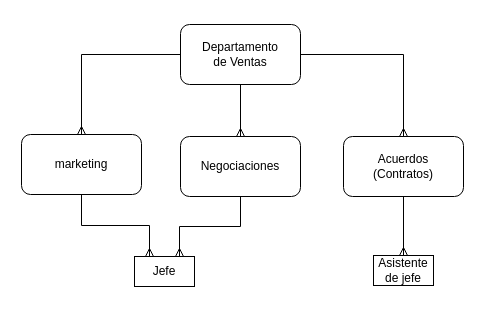
Earlier version of the draw.io diagram ventas.drawio (DavidSteyr/diagramaProcesosTGS). Source tidied: cells renumbered, new cells numbered last; positions are measured from the earlier drawing's top-left corner, leaving out a move shared by most shapes. Both pictures are drawn from the tidied source at 100%, with x=0, y=0 at pixel (21, 24).
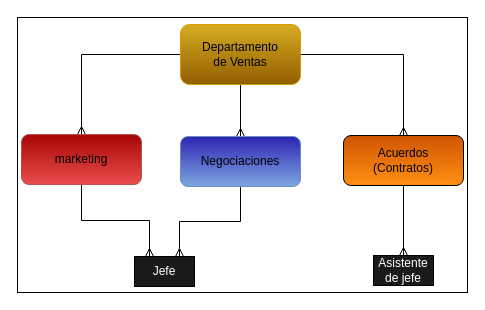
The same diagram, later.

Diff of the diagram source:
```diff
@@
 <mxGraphModel>
   <root>
     <mxCell id="0" />
     <mxCell id="1" parent="0" />
+    <mxCell id="14" style="whiteSpace=wrap;html=1;fillColor=none;" parent="1" vertex="1">
+      <mxGeometry x="-4" y="-7" width="450" height="275" as="geometry" />
+    </mxCell>
     <mxCell id="2" style="edgeStyle=orthogonalEdgeStyle;rounded=0;jettySize=auto;html=1;endArrow=ERmany;endFill=0;" parent="1" edge="1" source="5" target="7">
       <mxGeometry relative="1" as="geometry" />
     </mxCell>
     <mxCell id="3" style="edgeStyle=orthogonalEdgeStyle;rounded=0;jettySize=auto;html=1;endArrow=ERmany;endFill=0;" parent="1" edge="1" source="5" target="11">
       <mxGeometry relative="1" as="geometry" />
     </mxCell>
     <mxCell id="4" style="edgeStyle=orthogonalEdgeStyle;rounded=0;jettySize=auto;html=1;entryX=0.5;entryY=0;entryDx=0;entryDy=0;endArrow=ERmany;endFill=0;" parent="1" edge="1" source="5" target="9">
       <mxGeometry relative="1" as="geometry" />
     </mxCell>
-    <mxCell id="5" value="&lt;div&gt;Departamento &lt;br&gt;&lt;/div&gt;&lt;div&gt;de Ventas&lt;/div&gt;" style="rounded=1;whiteSpace=wrap;html=1;" parent="1" vertex="1">
+    <mxCell id="5" value="&lt;div&gt;Departamento &lt;br&gt;&lt;/div&gt;&lt;div&gt;de Ventas&lt;/div&gt;" style="rounded=1;whiteSpace=wrap;html=1;fillColor=#D6AC22;strokeColor=#d79b00;gradientColor=#915E00;" parent="1" vertex="1">
       <mxGeometry x="159" width="120" height="60" as="geometry" />
     </mxCell>
     <mxCell id="6" style="edgeStyle=orthogonalEdgeStyle;rounded=0;jettySize=auto;html=1;entryX=0.25;entryY=0;entryDx=0;entryDy=0;endArrow=ERmany;endFill=0;" parent="1" edge="1" source="7" target="12">
       <mxGeometry relative="1" as="geometry" />
     </mxCell>
-    <mxCell id="7" value="marketing" style="rounded=1;whiteSpace=wrap;html=1;" parent="1" vertex="1">
-      <mxGeometry y="110" width="120" height="60" as="geometry" />
+    <mxCell id="7" value="marketing" style="rounded=1;whiteSpace=wrap;html=1;fillColor=#A60505;gradientColor=#EA4D4D;strokeColor=#b85450;" parent="1" vertex="1">
+      <mxGeometry y="110" width="120" height="50" as="geometry" />
     </mxCell>
     <mxCell id="8" style="edgeStyle=orthogonalEdgeStyle;rounded=0;jettySize=auto;html=1;entryX=0.75;entryY=0;entryDx=0;entryDy=0;endArrow=ERmany;endFill=0;" parent="1" edge="1" source="9" target="12">
       <mxGeometry relative="1" as="geometry" />
     </mxCell>
-    <mxCell id="9" value="Negociaciones" style="rounded=1;whiteSpace=wrap;html=1;" parent="1" vertex="1">
-      <mxGeometry x="159" y="112" width="120" height="60" as="geometry" />
+    <mxCell id="9" value="Negociaciones" style="rounded=1;whiteSpace=wrap;html=1;fillColor=#2D24B3;gradientColor=#7ea6e0;strokeColor=#6c8ebf;" parent="1" vertex="1">
+      <mxGeometry x="159" y="112" width="120" height="50" as="geometry" />
     </mxCell>
     <mxCell id="10" style="edgeStyle=orthogonalEdgeStyle;rounded=0;jettySize=auto;html=1;entryX=0.5;entryY=0;entryDx=0;entryDy=0;endArrow=ERmany;endFill=0;" parent="1" edge="1" source="11" target="13">
       <mxGeometry relative="1" as="geometry" />
     </mxCell>
-    <mxCell id="11" value="&lt;div&gt;Acuerdos&lt;/div&gt;&lt;div&gt;(Contratos)&lt;/div&gt;" style="rounded=1;whiteSpace=wrap;html=1;" parent="1" vertex="1">
-      <mxGeometry x="322" y="112" width="120" height="60" as="geometry" />
+    <mxCell id="11" value="&lt;div&gt;Acuerdos&lt;/div&gt;&lt;div&gt;(Contratos)&lt;/div&gt;" style="rounded=1;whiteSpace=wrap;html=1;fillColor=#CF5402;gradientColor=#FF9012;" parent="1" vertex="1">
+      <mxGeometry x="322" y="111" width="120" height="50" as="geometry" />
     </mxCell>
-    <mxCell id="12" value="Jefe" style="rounded=0;whiteSpace=wrap;html=1;" parent="1" vertex="1">
+    <mxCell id="12" value="Jefe" style="rounded=0;whiteSpace=wrap;html=1;fillColor=#1A1A1A;fontColor=#FFFFFF;" parent="1" vertex="1">
       <mxGeometry x="113" y="232" width="60" height="30" as="geometry" />
     </mxCell>
-    <mxCell id="13" value="&lt;div&gt;Asistente&lt;/div&gt;&lt;div&gt;de jefe&lt;/div&gt;" style="rounded=0;whiteSpace=wrap;html=1;" parent="1" vertex="1">
+    <mxCell id="13" value="&lt;div&gt;Asistente&lt;/div&gt;&lt;div&gt;de jefe&lt;/div&gt;" style="rounded=0;whiteSpace=wrap;html=1;fontColor=#FFFFFF;fillColor=#1A1A1A;" parent="1" vertex="1">
       <mxGeometry x="352" y="231" width="60" height="30" as="geometry" />
     </mxCell>
   </root>
 </mxGraphModel>
```
